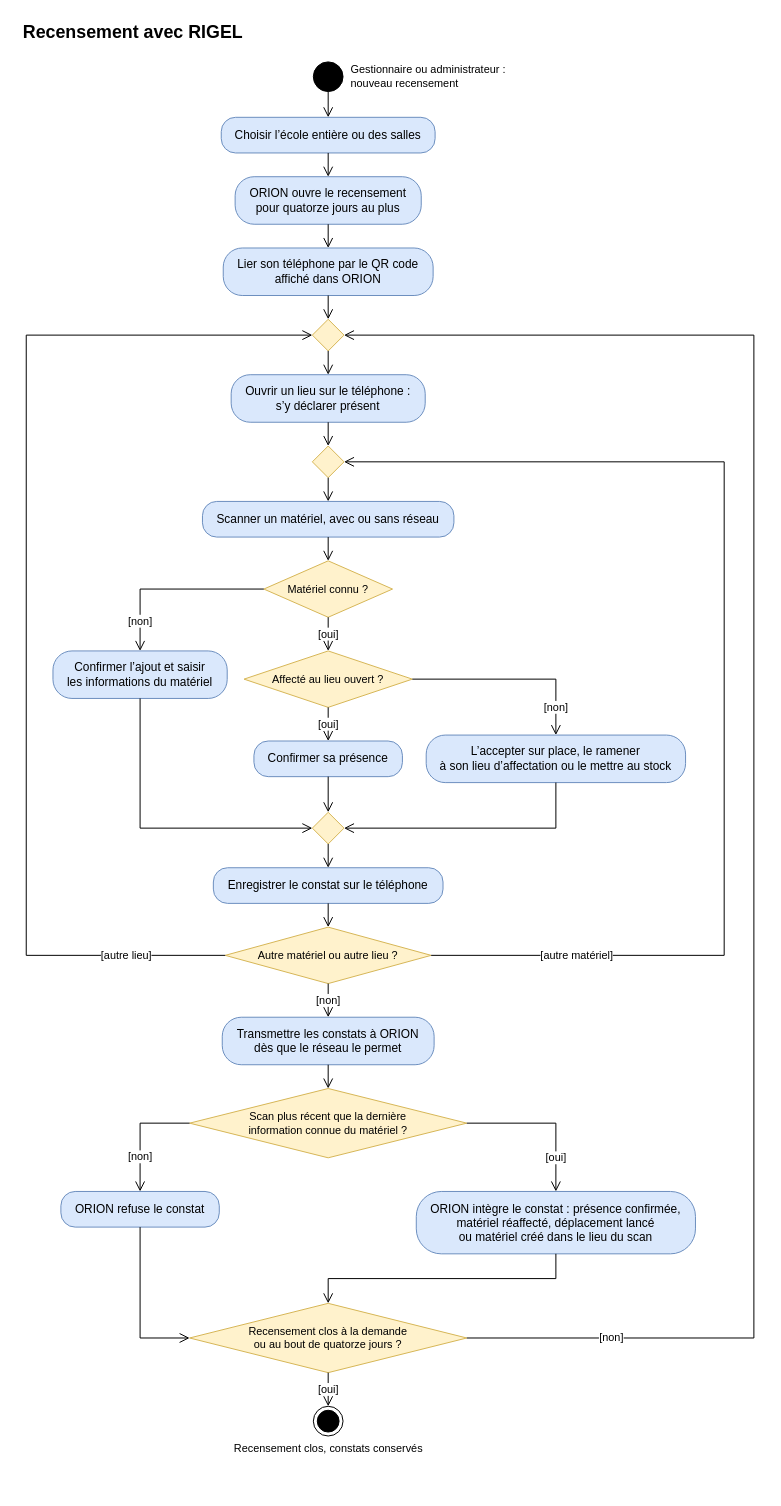
Above: page "Recensement avec RIGEL" (10 of 10) of docs/02-ANALYSE/01-MODELISATION-METIER/02-DIAGRAMMES-ACTIVITE.drawio in bpierrelouis/aster (draw.io), before the change. Source tidied: cells renumbered, new cells numbered last; positions are measured from the earlier drawing's top-left corner, leaving out a move shared by most shapes. Both pictures are drawn from the tidied source at 99%, with x=0, y=0 at pixel (21, 17).
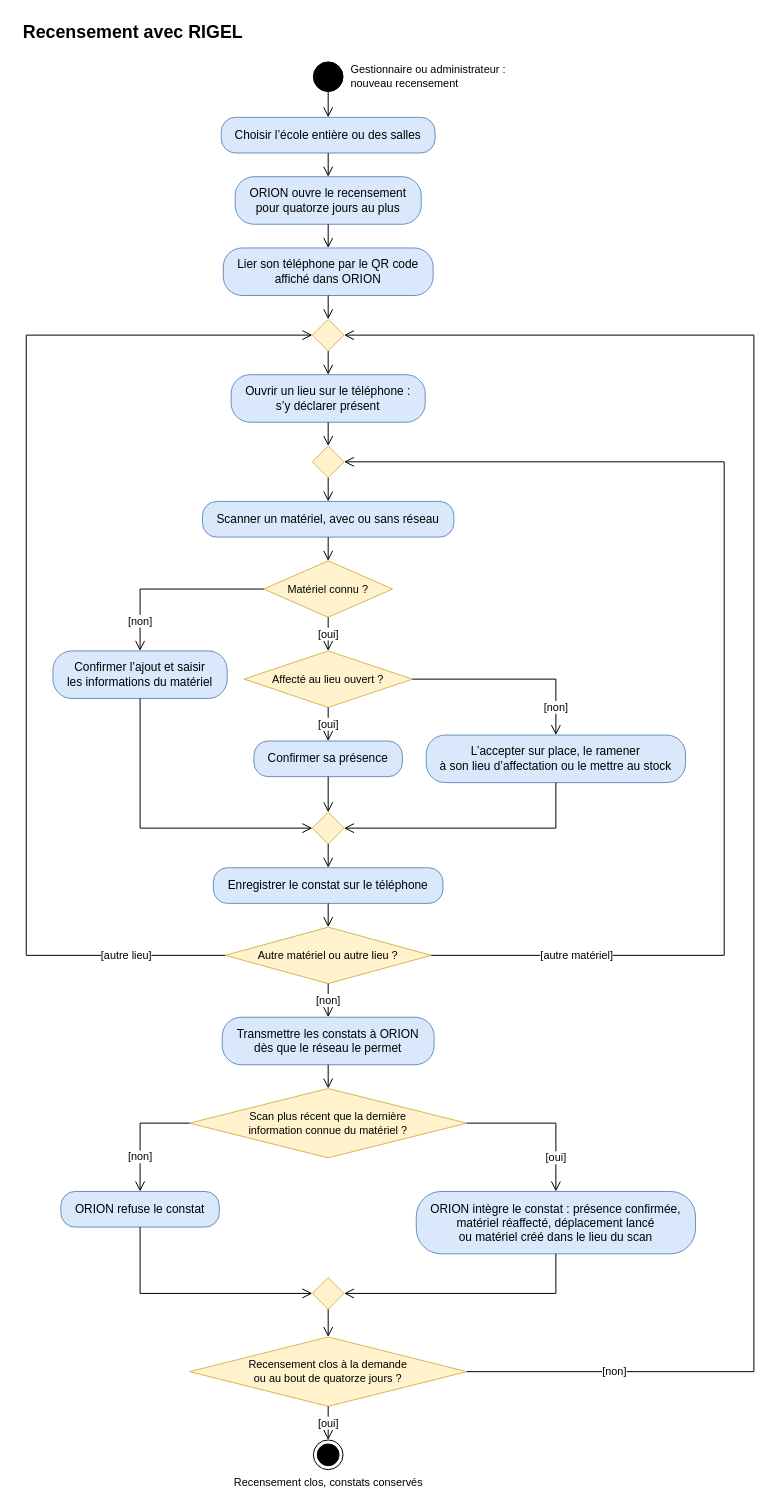
Above is the later version.

Unchanged cells that the change refers to:
```xml
<mxCell id="7" style="rhombus;whiteSpace=wrap;html=1;fontSize=11;fillColor=#fff2cc;strokeColor=#d6b656;" parent="1" vertex="1">
  <mxGeometry x="294" y="305" width="32" height="32" as="geometry" />
</mxCell>
<mxCell id="21" value="ORION refuse le constat" style="rounded=1;arcSize=40;whiteSpace=wrap;html=1;fontSize=12;fillColor=#dae8fc;strokeColor=#6c8ebf;" parent="1" vertex="1">
  <mxGeometry x="40" y="1186" width="160" height="36" as="geometry" />
</mxCell>
<mxCell id="22" value="ORION intègre le constat : présence confirmée,&lt;br&gt;matériel réaffecté, déplacement lancé&lt;br&gt;ou matériel créé dans le lieu du scan" style="rounded=1;arcSize=40;whiteSpace=wrap;html=1;fontSize=12;fillColor=#dae8fc;strokeColor=#6c8ebf;" parent="1" vertex="1">
  <mxGeometry x="399" y="1186" width="282" height="63" as="geometry" />
</mxCell>
```

The edit, as a diff of the source:
```diff
@@
     <mxCell id="23" value="Recensement clos à la demande&lt;br&gt;ou au bout de quatorze jours ?" style="rhombus;whiteSpace=wrap;html=1;fontSize=11;fillColor=#fff2cc;strokeColor=#d6b656;" parent="1" vertex="1">
-      <mxGeometry x="170" y="1299" width="280" height="70" as="geometry" />
+      <mxGeometry x="170" y="1333" width="280" height="70" as="geometry" />
     </mxCell>
     <mxCell id="24" value="Recensement clos, constats conservés" style="ellipse;html=1;shape=endState;fillColor=#000000;strokeColor=#000000;verticalLabelPosition=bottom;verticalAlign=top;fontSize=11;" parent="1" vertex="1">
-      <mxGeometry x="295" y="1403" width="30" height="30" as="geometry" />
+      <mxGeometry x="295" y="1437" width="30" height="30" as="geometry" />
     </mxCell>
@@
-    <mxCell id="48" style="edgeStyle=orthogonalEdgeStyle;endArrow=open;endSize=8;html=1;rounded=0;fontSize=11;labelBackgroundColor=#ffffff;exitX=0.5;exitY=1;exitDx=0;exitDy=0;entryX=0;entryY=0.5;entryDx=0;entryDy=0;" parent="1" edge="1" source="21" target="23">
+    <mxCell id="48" style="edgeStyle=orthogonalEdgeStyle;endArrow=open;endSize=8;html=1;rounded=0;fontSize=11;labelBackgroundColor=#ffffff;exitX=0.5;exitY=1;exitDx=0;exitDy=0;entryX=0;entryY=0.5;entryDx=0;entryDy=0;" parent="1" edge="1" source="21" target="52">
       <mxGeometry relative="1" as="geometry">
         <Array as="points">
-          <mxPoint x="120" y="1334" />
+          <mxPoint x="120" y="1289" />
         </Array>
       </mxGeometry>
     </mxCell>
-    <mxCell id="49" style="edgeStyle=orthogonalEdgeStyle;endArrow=open;endSize=8;html=1;rounded=0;fontSize=11;labelBackgroundColor=#ffffff;exitX=0.5;exitY=1;exitDx=0;exitDy=0;entryX=0.5;entryY=0;entryDx=0;entryDy=0;" parent="1" edge="1" source="22" target="23">
+    <mxCell id="49" style="edgeStyle=orthogonalEdgeStyle;endArrow=open;endSize=8;html=1;rounded=0;fontSize=11;labelBackgroundColor=#ffffff;exitX=0.5;exitY=1;exitDx=0;exitDy=0;entryX=1;entryY=0.5;entryDx=0;entryDy=0;" parent="1" edge="1" source="22" target="52">
       <mxGeometry relative="1" as="geometry">
         <Array as="points">
-          <mxPoint x="540" y="1274" />
-          <mxPoint x="310" y="1274" />
+          <mxPoint x="540" y="1289" />
         </Array>
       </mxGeometry>
     </mxCell>
     <mxCell id="50" value="[non]" style="edgeStyle=orthogonalEdgeStyle;endArrow=open;endSize=8;html=1;rounded=0;fontSize=11;labelBackgroundColor=#ffffff;exitX=1;exitY=0.5;exitDx=0;exitDy=0;entryX=1;entryY=0.5;entryDx=0;entryDy=0;" parent="1" edge="1" source="23" target="7">
       <mxGeometry x="-0.83" relative="1" as="geometry">
         <Array as="points">
-          <mxPoint x="740" y="1334" />
+          <mxPoint x="740" y="1368" />
           <mxPoint x="740" y="321" />
         </Array>
       </mxGeometry>
     </mxCell>
@@
+    <mxCell id="52" style="rhombus;whiteSpace=wrap;html=1;fontSize=11;fillColor=#fff2cc;strokeColor=#d6b656;" parent="1" vertex="1">
+      <mxGeometry x="294" y="1273" width="32" height="32" as="geometry" />
+    </mxCell>
+    <mxCell id="53" style="edgeStyle=orthogonalEdgeStyle;endArrow=open;endSize=8;html=1;rounded=0;fontSize=11;labelBackgroundColor=#ffffff;exitX=0.5;exitY=1;exitDx=0;exitDy=0;entryX=0.5;entryY=0;entryDx=0;entryDy=0;" parent="1" edge="1" source="52" target="23">
+      <mxGeometry relative="1" as="geometry" />
+    </mxCell>
```
